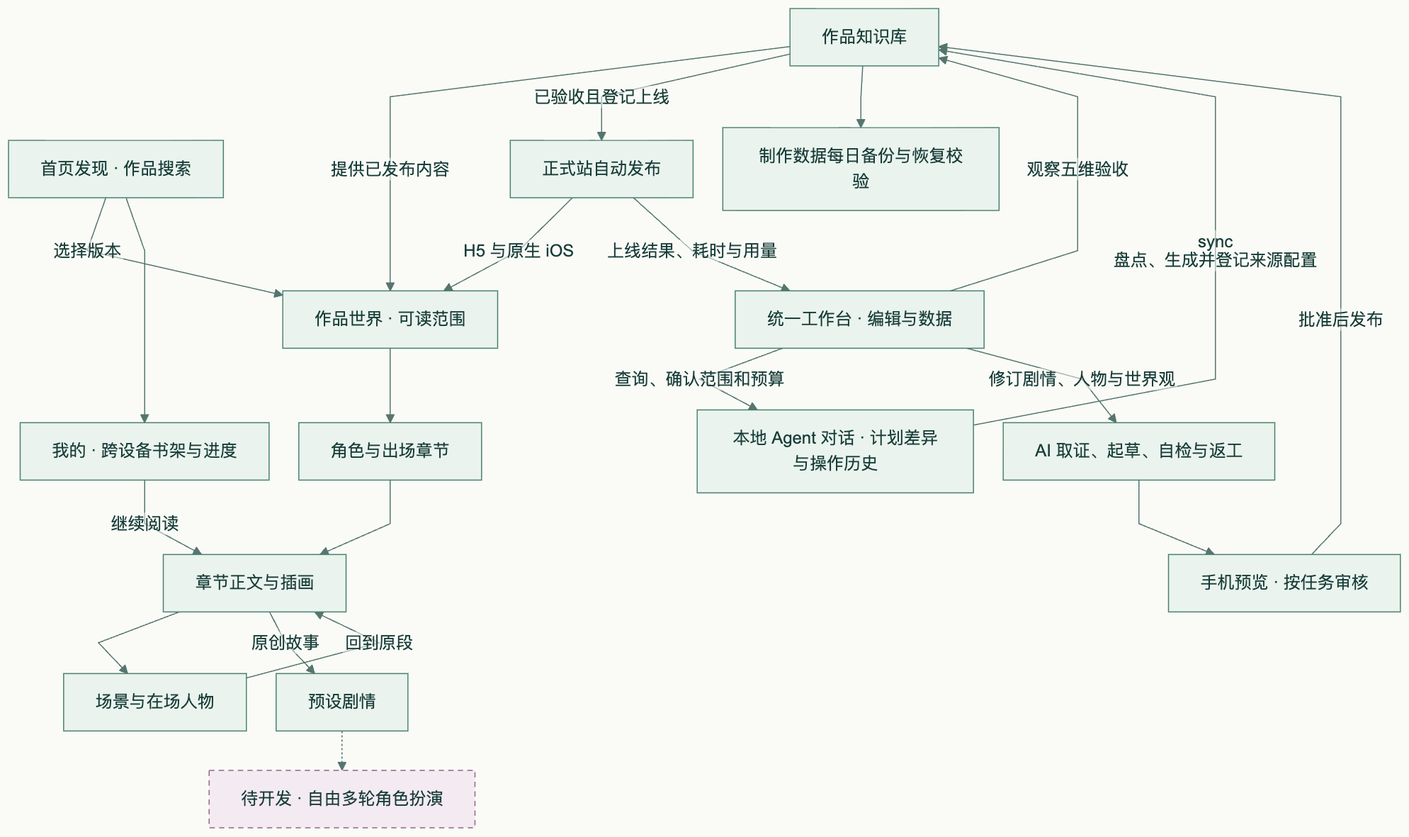
Above: docs/diagrams/product.png in bluedao10000/player (Mermaid), before the change. Its source is kept beside it as docs/diagrams/product.mmd.
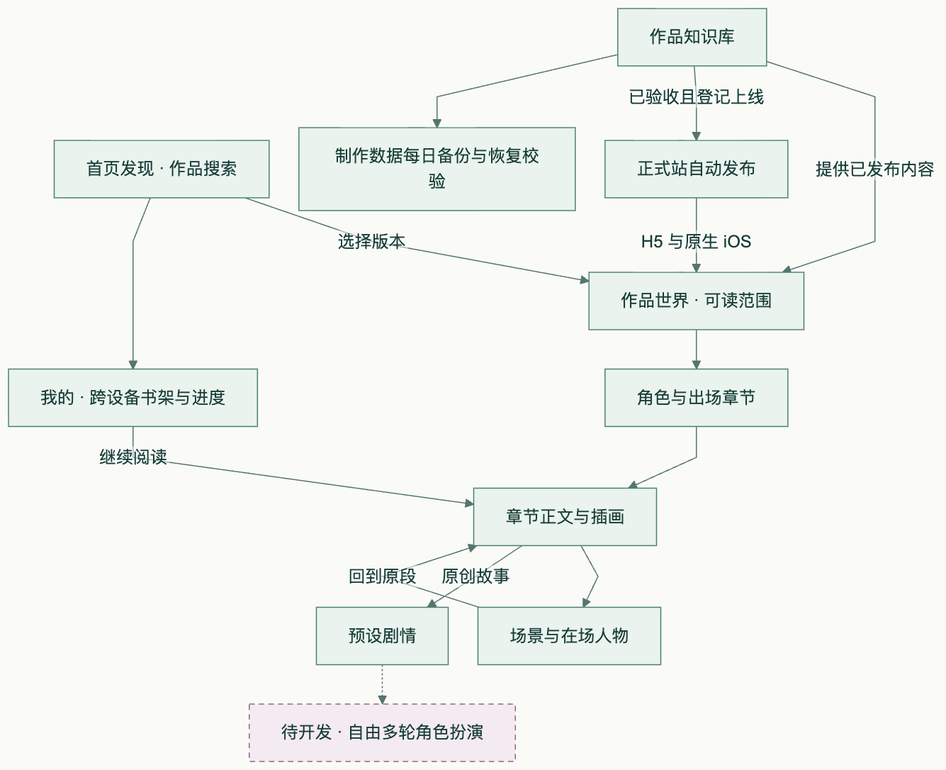
The same file after the commit.

Diff of the diagram source:
```diff
@@ -7,17 +7,10 @@
     chapter -->|原创故事| play["预设剧情"]
     play -.-> future["待开发 · 自由多轮角色扮演"]
     catalog["作品知识库"] -->|提供已发布内容| world
-    desk["统一工作台 · 编辑与数据"] -->|观察五维验收| catalog
-    desk -->|查询、确认范围和预算| chat["本地 Agent 对话 · 计划差异与操作历史"]
-    chat -->|sync 盘点、生成并登记来源配置| catalog
-    desk -->|修订剧情、人物与世界观| edit["AI 取证、起草、自检与返工"]
-    edit --> review["手机预览 · 按任务审核"]
-    review -->|批准后发布| catalog
     discovery --> shelf["我的 · 跨设备书架与进度"]
     shelf -->|继续阅读| chapter
     catalog -->|已验收且登记上线| release["正式站自动发布"]
     release -->|H5 与原生 iOS| world
-    release -->|上线结果、耗时与用量| desk
     catalog --> safeguard["制作数据每日备份与恢复校验"]
     classDef pending fill:#f4eaf2,stroke:#926581,stroke-dasharray:5 4
     class future pending
```
